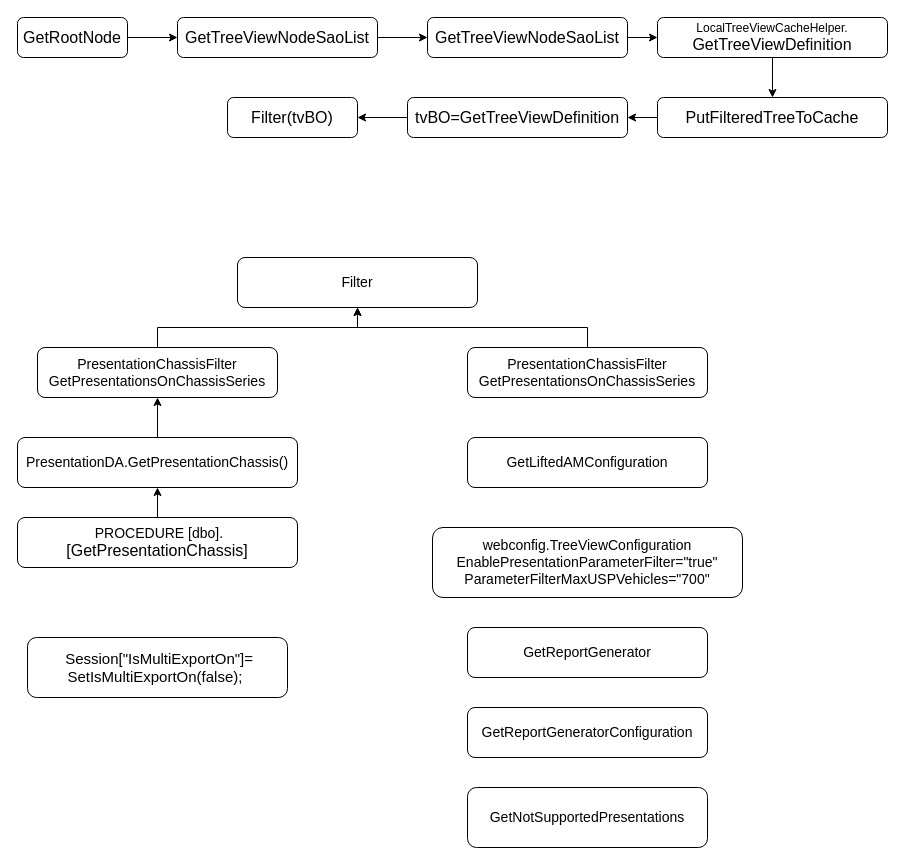
Above: LatPopulation.drawio in zpjune/Diagrams (draw.io), before the change. Source tidied: cells renumbered, new cells numbered last; positions are measured from the earlier drawing's top-left corner, leaving out a move shared by most shapes. Both pictures are drawn from the tidied source at 100%, with x=0, y=0 at pixel (17, 17).
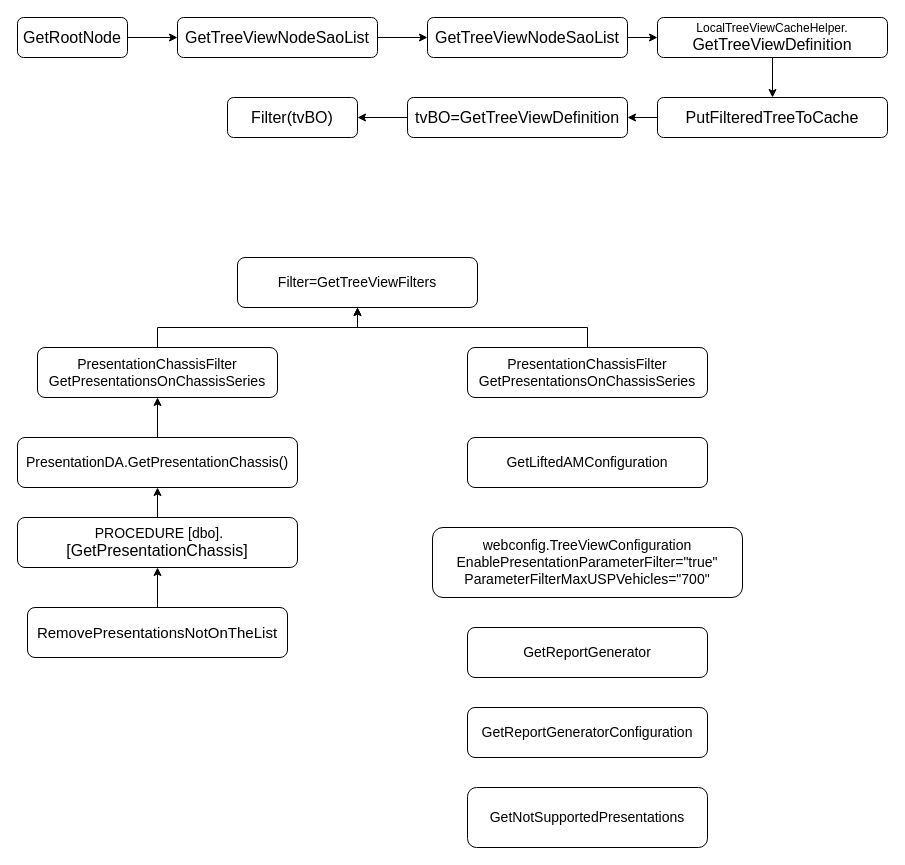
The same page after the edit.

The change refers to these unchanged cells:
```xml
<mxCell id="21" value="&lt;font style=&quot;font-size: 14px;&quot;&gt;&amp;nbsp;PROCEDURE [dbo].&lt;/font&gt;&lt;font style=&quot;font-size: 16px;&quot;&gt;[GetPresentationChassis]&lt;/font&gt;" style="rounded=1;whiteSpace=wrap;html=1;" parent="1" vertex="1">
  <mxGeometry y="500" width="280" height="50" as="geometry" />
</mxCell>
```

The edit, as a diff of the source:
```diff
@@
-    <mxCell id="17" value="&lt;font style=&quot;font-size: 14px;&quot;&gt;Filter&lt;/font&gt;" style="rounded=1;whiteSpace=wrap;html=1;" parent="1" vertex="1">
+    <mxCell id="17" value="&lt;font style=&quot;font-size: 14px;&quot;&gt;Filter=GetTreeViewFilters&lt;/font&gt;" style="rounded=1;whiteSpace=wrap;html=1;" parent="1" vertex="1">
       <mxGeometry x="220" y="240" width="240" height="50" as="geometry" />
     </mxCell>
@@
-    <mxCell id="29" value="&lt;font style=&quot;font-size: 15px;&quot;&gt;&amp;nbsp;Session[&quot;IsMultiExportOn&quot;]=&lt;br&gt;SetIsMultiExportOn(false);&amp;nbsp;&lt;/font&gt;" style="rounded=1;whiteSpace=wrap;html=1;" parent="1" vertex="1">
-      <mxGeometry x="10" y="620" width="260" height="60" as="geometry" />
-    </mxCell>
+    <mxCell id="30" style="edgeStyle=orthogonalEdgeStyle;rounded=0;jettySize=auto;html=1;" parent="1" edge="1" source="31" target="21">
+      <mxGeometry relative="1" as="geometry" />
+    </mxCell>
+    <mxCell id="31" value="&lt;font style=&quot;font-size: 15px;&quot;&gt;RemovePresentationsNotOnTheList&lt;/font&gt;" style="rounded=1;whiteSpace=wrap;html=1;" parent="1" vertex="1">
+      <mxGeometry x="10" y="590" width="260" height="50" as="geometry" />
+    </mxCell>
```
